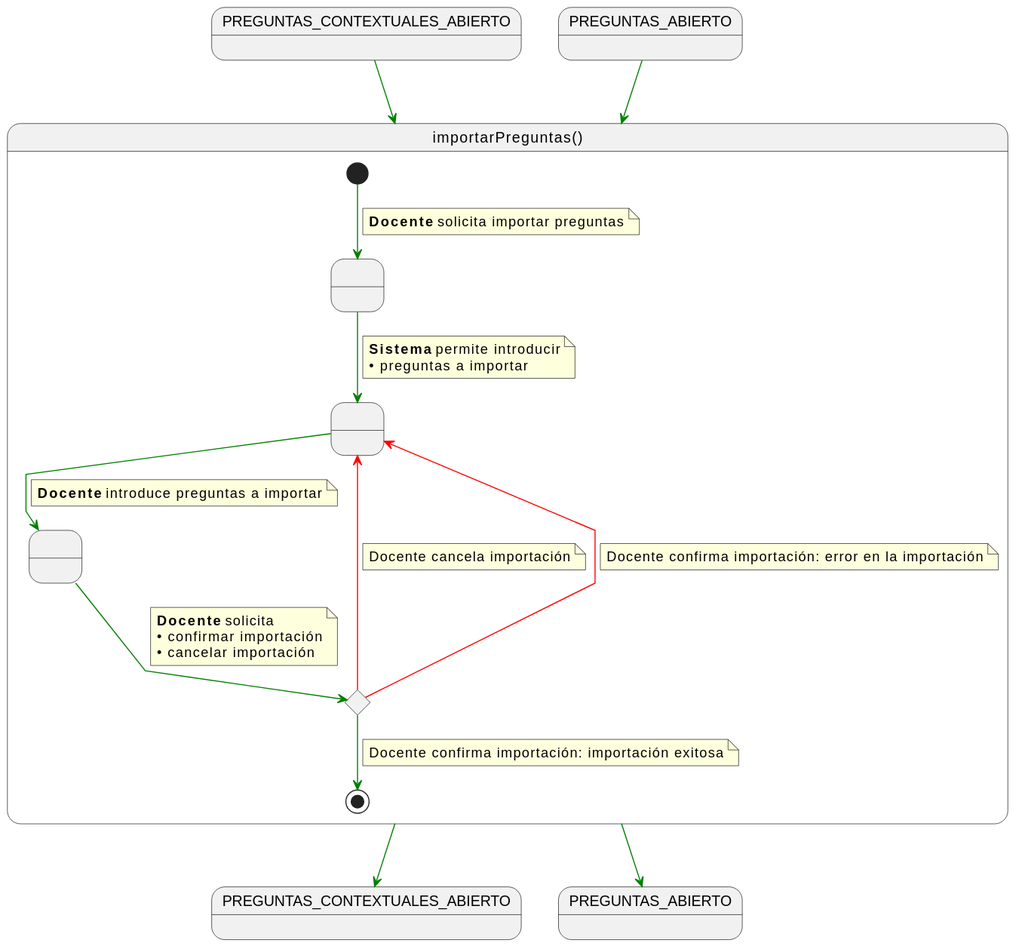
This is documents/casos-de-uso/detalladoCasosDeUso/importarPreguntas/importarPreguntas.svg from martinlopez7/25-26-IdSw1-SdR, a PlantUML export, as it was before one commit.
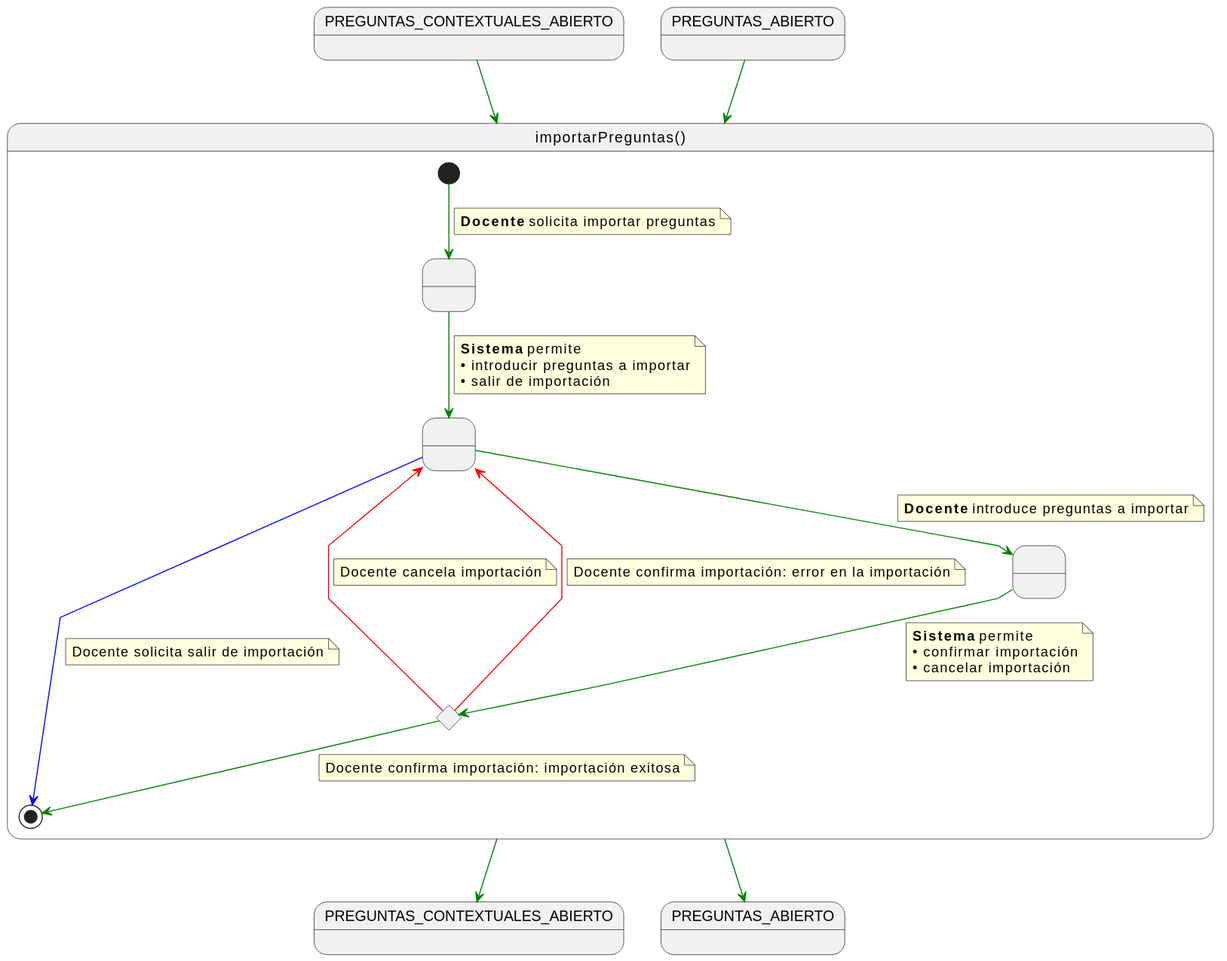
The same diagram one commit later.

What changed in the source:
```diff
@@ -19,8 +19,9 @@
 
     RequiringImport -[#green]-> ProvidingPreguntas
     note on link
-    <b>Sistema</b> permite introducir
-    • preguntas a importar
+    <b>Sistema</b> permite
+    • introducir preguntas a importar
+    • salir de importación
     end note
 
     ProvidingPreguntas -[#green]-> ProvidingConfirmation
@@ -30,7 +31,7 @@
 
     ProvidingConfirmation -[#green]-> c
     note on link
-    <b>Docente</b> solicita
+    <b>Sistema</b> permite
     • confirmar importación
     • cancelar importación
     end note
@@ -49,6 +50,11 @@
     note on link
     Docente confirma importación: importación exitosa
     end note
+
+    ProvidingPreguntas -[#blue]-> [*]
+    note on link
+    Docente solicita salir de importación
+    end note
 }
 
 PREGUNTAS_ABIERTO -[#green]-> importarPreguntas
```
